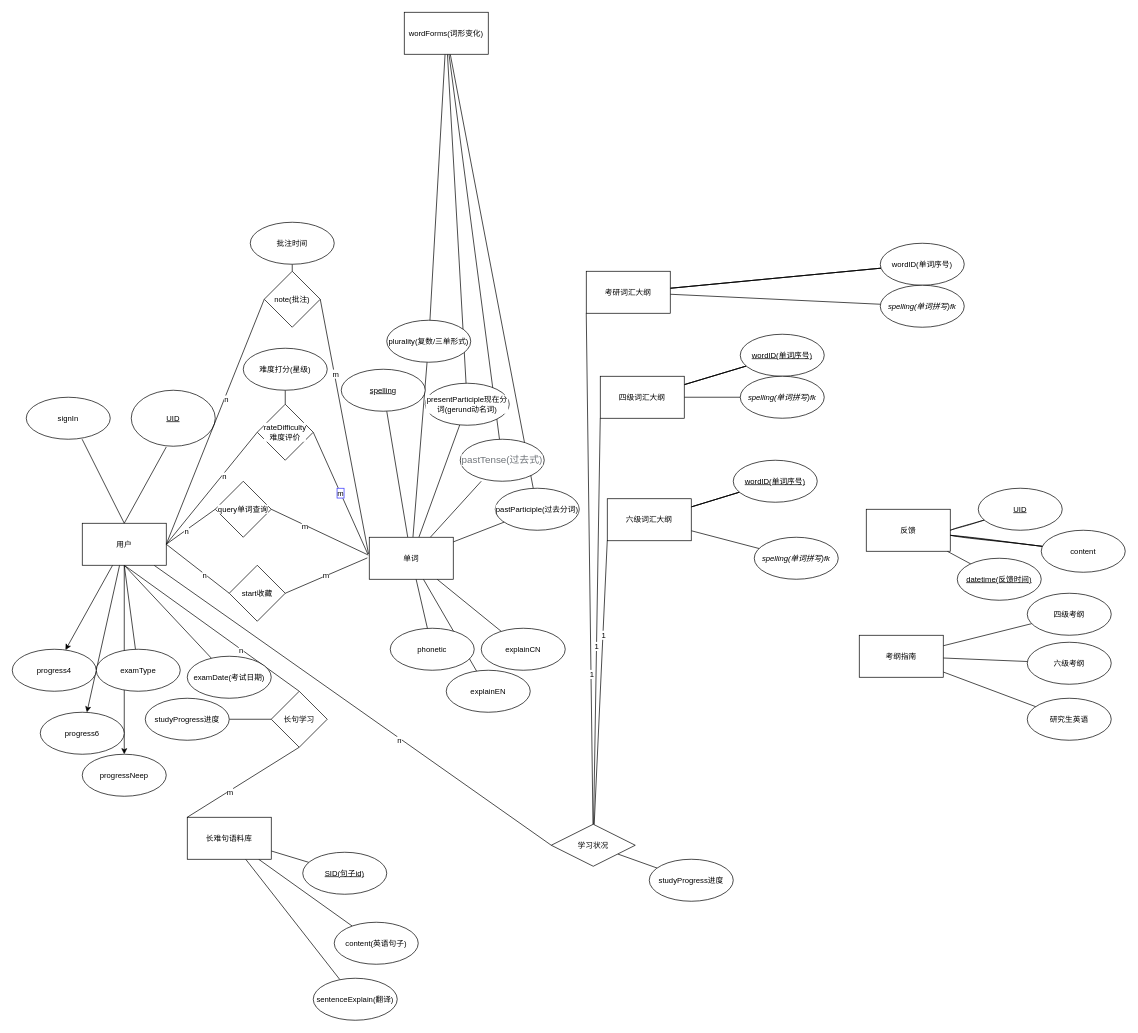
Before: page "Page-1" (1 of 2) of databaseDesign/ER.dio in MaterialSharing/docs, a draw.io diagram. Source tidied: cells renumbered, new cells numbered last; positions are measured from the earlier drawing's top-left corner, leaving out a move shared by most shapes. Both pictures are drawn from the tidied source at 70%, with x=0, y=0 at pixel (12, 12).
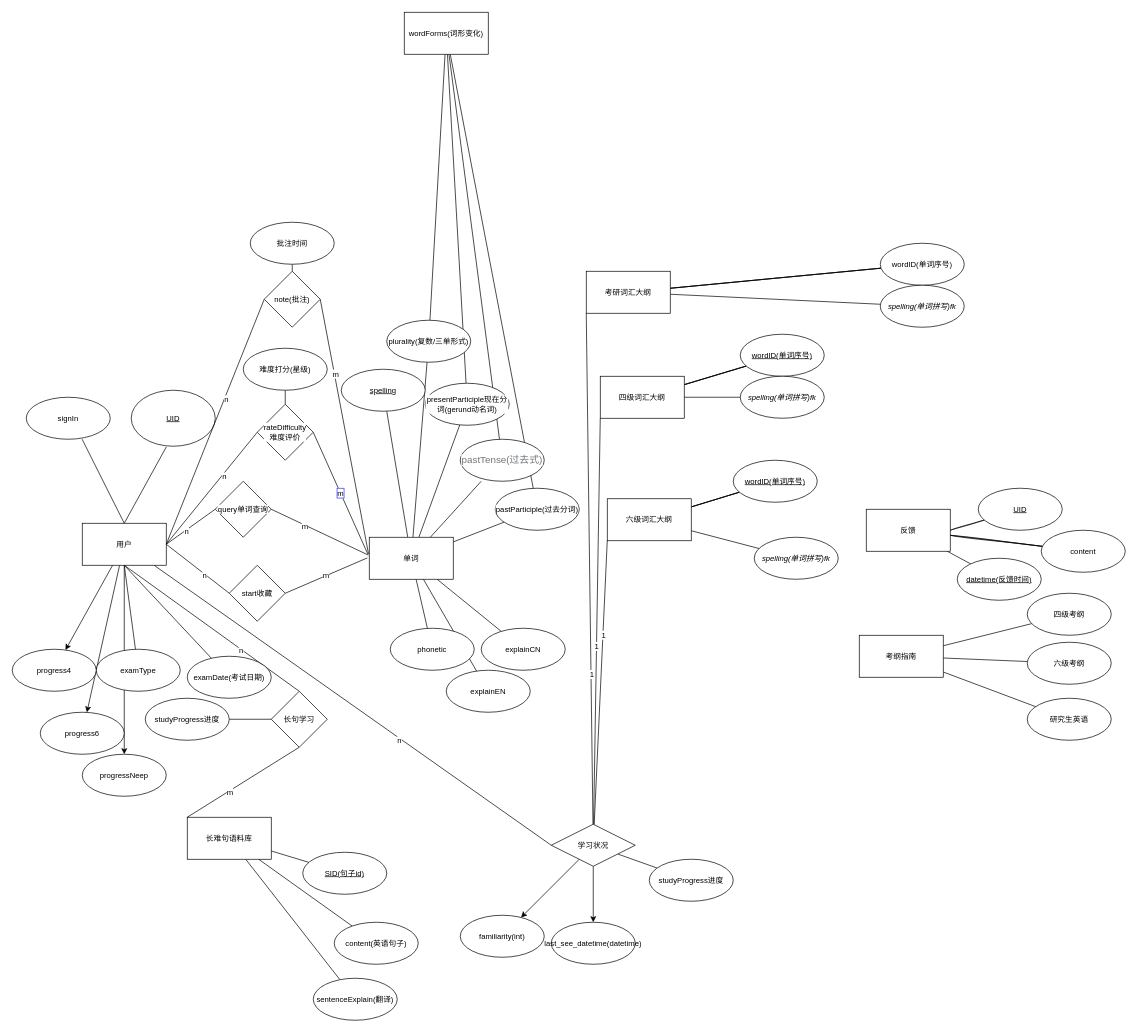
Above is the later version.

Commit message (it also covers changes not shown here):
update newDesign  ppt

The change refers to these unchanged cells:
```xml
<mxCell id="111" value="学习状况" style="rhombus;&#10;rounded=0;whiteSpace=wrap;html=1;fontFamily=Helvetica;fontSize=11;fontColor=default;rounded=0;" parent="1" vertex="1">
  <mxGeometry x="770" y="1160" width="120" height="60" as="geometry" />
</mxCell>
```

What changed in the source:
```diff
@@
+    <mxCell id="122" style="edgeStyle=none;html=1;" parent="1" edge="1" source="111" target="124">
+      <mxGeometry relative="1" as="geometry" />
+    </mxCell>
+    <mxCell id="123" style="edgeStyle=none;html=1;" parent="1" edge="1" source="111" target="125">
+      <mxGeometry relative="1" as="geometry" />
+    </mxCell>
@@
+    <mxCell id="124" value="last_see_datetime(datetime)" style="ellipse;whiteSpace=wrap;html=1;fontSize=11;rounded=0;" parent="1" vertex="1">
+      <mxGeometry x="770" y="1300" width="120" height="60" as="geometry" />
+    </mxCell>
+    <mxCell id="125" value="familiarity(int)" style="ellipse;whiteSpace=wrap;html=1;fontSize=11;rounded=0;" parent="1" vertex="1">
+      <mxGeometry x="640" y="1290" width="120" height="60" as="geometry" />
+    </mxCell>
```
